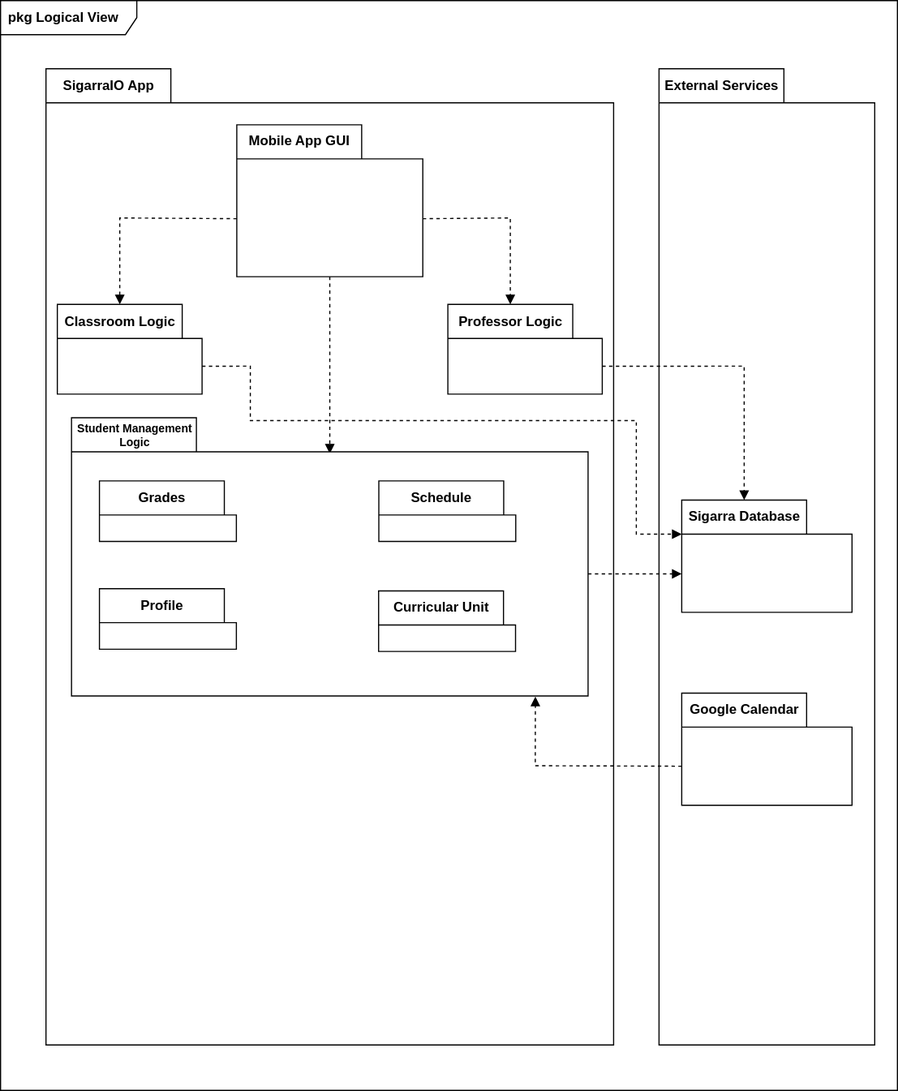
Before: docs/diagrams/logicalView.svg, a diagram exported from draw.io (LEIC-ES-2021-22/2LEIC15T1). Source tidied: cells renumbered, new cells last; positions are measured from the earlier drawing's top-left corner, leaving out a move shared by most shapes.
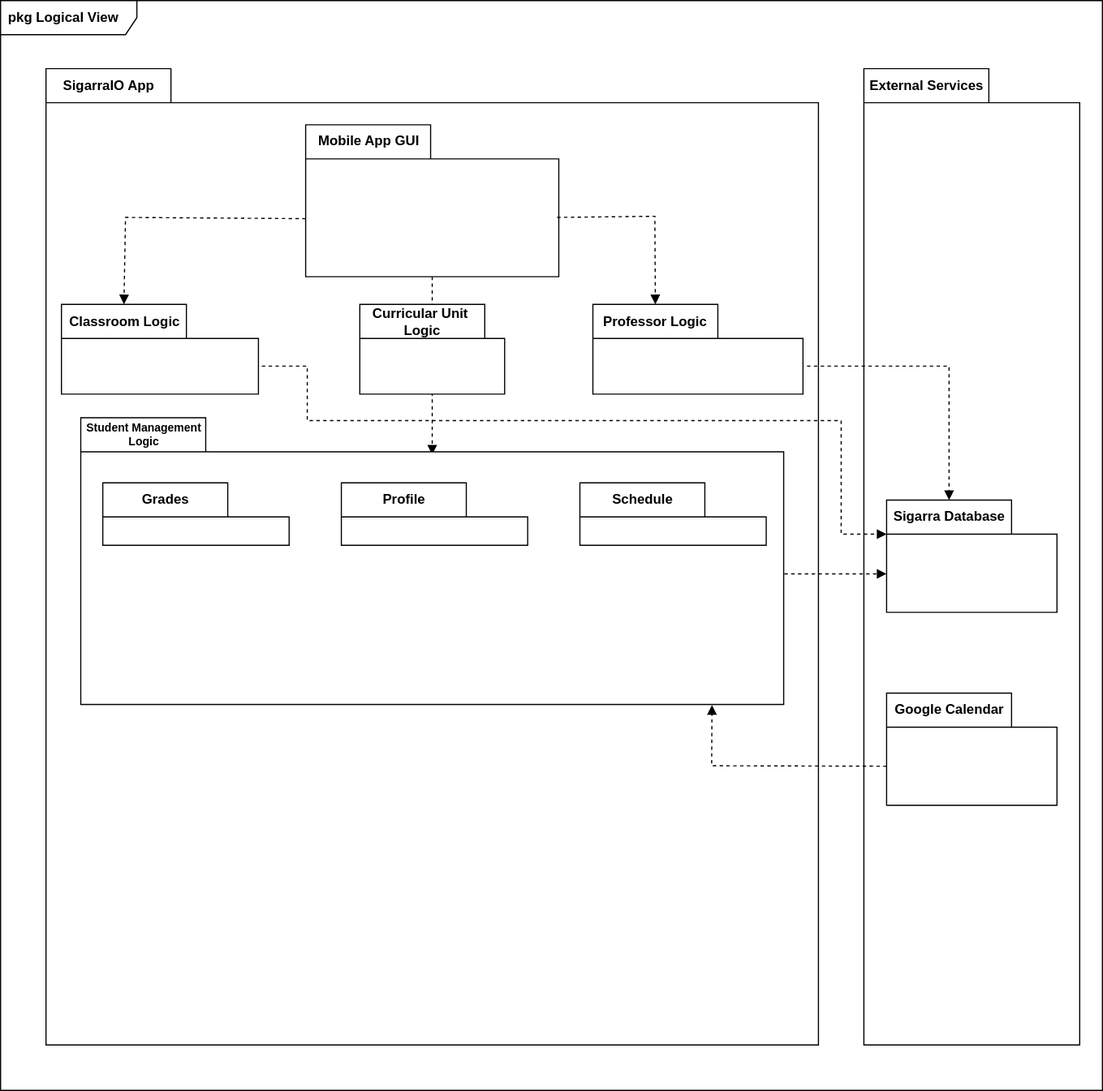
The same file after the commit.

Diff of the diagram source:
```diff
@@ -3,91 +3,100 @@
     <mxCell id="0" />
     <mxCell id="1" parent="0" />
     <mxCell id="2" value="&lt;b&gt;pkg Logical View&lt;/b&gt;" style="shape=umlFrame;whiteSpace=wrap;html=1;width=120;height=30;boundedLbl=1;verticalAlign=middle;align=left;spacingLeft=5;" parent="1" vertex="1">
-      <mxGeometry width="790" height="960" as="geometry" />
+      <mxGeometry width="970" height="960" as="geometry" />
     </mxCell>
     <mxCell id="3" value="SigarraIO App" style="shape=folder;fontStyle=1;tabWidth=110;tabHeight=30;tabPosition=left;html=1;boundedLbl=1;labelInHeader=1;" parent="1" vertex="1">
-      <mxGeometry x="40" y="60" width="500" height="860" as="geometry" />
+      <mxGeometry x="40" y="60" width="680" height="860" as="geometry" />
     </mxCell>
     <mxCell id="4" style="html=1;strokeColor=none;fillColor=none;" parent="3" vertex="1">
-      <mxGeometry width="500" height="569.9" relative="1" as="geometry">
+      <mxGeometry width="680" height="569.9" relative="1" as="geometry">
         <mxPoint y="30" as="offset" />
       </mxGeometry>
     </mxCell>
     <mxCell id="5" value="Mobile App GUI" style="shape=folder;fontStyle=1;tabWidth=110;tabHeight=30;tabPosition=left;html=1;boundedLbl=1;labelInHeader=1;" parent="3" vertex="1">
-      <mxGeometry x="168.1" y="49.4" width="163.8" height="133.8" as="geometry" />
+      <mxGeometry x="228.6" y="49.4" width="222.8" height="133.8" as="geometry" />
     </mxCell>
     <mxCell id="6" style="html=1;strokeColor=none;fillColor=none;" parent="5" vertex="1">
-      <mxGeometry width="163.85" height="93.67" relative="1" as="geometry">
+      <mxGeometry width="222.84" height="93.67" relative="1" as="geometry">
         <mxPoint y="30" as="offset" />
       </mxGeometry>
     </mxCell>
     <mxCell id="7" value="Classroom Logic" style="shape=folder;fontStyle=1;tabWidth=110;tabHeight=30;tabPosition=left;html=1;boundedLbl=1;labelInHeader=1;align=center;" parent="3" vertex="1">
-      <mxGeometry x="10" y="207.6" width="127.5" height="79.1" as="geometry" />
+      <mxGeometry x="13.6" y="207.6" width="173.4" height="79.1" as="geometry" />
     </mxCell>
     <mxCell id="8" style="html=1;strokeColor=none;fillColor=none;" parent="7" vertex="1">
-      <mxGeometry width="127.5" height="55.36" relative="1" as="geometry">
+      <mxGeometry width="173.4" height="55.36" relative="1" as="geometry">
         <mxPoint y="30" as="offset" />
       </mxGeometry>
     </mxCell>
     <mxCell id="9" value="Professor Logic" style="shape=folder;fontStyle=1;tabWidth=110;tabHeight=30;tabPosition=left;html=1;boundedLbl=1;labelInHeader=1;" parent="3" vertex="1">
-      <mxGeometry x="354" y="207.6" width="136" height="79.1" as="geometry" />
+      <mxGeometry x="481.4" y="207.6" width="185" height="79.1" as="geometry" />
     </mxCell>
     <mxCell id="10" style="html=1;strokeColor=none;fillColor=none;" parent="9" vertex="1">
-      <mxGeometry width="126.93" height="39.54" relative="1" as="geometry">
+      <mxGeometry width="172.63" height="39.54" relative="1" as="geometry">
         <mxPoint y="30" as="offset" />
       </mxGeometry>
     </mxCell>
     <mxCell id="11" style="html=1;verticalAlign=bottom;labelBackgroundColor=none;endArrow=block;endFill=1;dashed=1;rounded=0;fontSize=10;entryX=0;entryY=0;entryDx=55;entryDy=0;entryPerimeter=0;exitX=0;exitY=0;exitDx=0;exitDy=82.68858415291928;exitPerimeter=0;" parent="3" edge="1" source="5" target="7">
       <mxGeometry relative="1" as="geometry">
         <Array as="points">
-          <mxPoint x="65" y="131.5" />
+          <mxPoint x="70" y="131" />
         </Array>
       </mxGeometry>
     </mxCell>
-    <mxCell id="12" style="html=1;verticalAlign=bottom;labelBackgroundColor=none;endArrow=block;endFill=1;dashed=1;rounded=0;fontSize=10;entryX=0;entryY=0;entryDx=55;entryDy=0;entryPerimeter=0;exitX=0;exitY=0;exitDx=163.85;exitDy=82.68858415291928;exitPerimeter=0;" parent="3" edge="1" source="5" target="9">
+    <mxCell id="12" style="html=1;verticalAlign=bottom;labelBackgroundColor=none;endArrow=block;endFill=1;dashed=1;rounded=0;fontSize=10;entryX=0;entryY=0;entryDx=55;entryDy=0;entryPerimeter=0;" parent="3" edge="1" target="9">
       <mxGeometry relative="1" as="geometry">
+        <mxPoint x="450" y="131" as="sourcePoint" />
         <Array as="points">
-          <mxPoint x="409" y="131.5" />
+          <mxPoint x="536" y="130" />
         </Array>
       </mxGeometry>
     </mxCell>
     <mxCell id="13" style="html=1;verticalAlign=bottom;labelBackgroundColor=none;endArrow=block;endFill=1;dashed=1;rounded=0;fontSize=10;exitX=0.5;exitY=1;exitDx=0;exitDy=0;exitPerimeter=0;entryX=0.5;entryY=0.129;entryDx=0;entryDy=0;entryPerimeter=0;" parent="3" edge="1" source="5" target="14">
       <mxGeometry relative="1" as="geometry" />
     </mxCell>
+    <mxCell id="34" value="Curricular Unit&amp;nbsp;&lt;br&gt;Logic" style="shape=folder;fontStyle=1;tabWidth=110;tabHeight=30;tabPosition=left;html=1;boundedLbl=1;labelInHeader=1;align=center;" parent="3" vertex="1">
+      <mxGeometry x="276.2" y="207.6" width="127.5" height="79.1" as="geometry" />
+    </mxCell>
+    <mxCell id="35" style="html=1;strokeColor=none;fillColor=none;" parent="34" vertex="1">
+      <mxGeometry width="127.5" height="55.36" relative="1" as="geometry">
+        <mxPoint y="30" as="offset" />
+      </mxGeometry>
+    </mxCell>
     <mxCell id="14" value="&lt;h1 style=&quot;font-size: 10px&quot;&gt;&lt;font style=&quot;font-size: 10px&quot;&gt;Student Management&lt;br&gt;&lt;/font&gt;&lt;font style=&quot;font-size: 10px&quot;&gt;Logic&lt;/font&gt;&lt;/h1&gt;" style="shape=folder;fontStyle=1;tabWidth=110;tabHeight=30;tabPosition=left;html=1;boundedLbl=1;labelInHeader=1;align=center;" parent="3" vertex="1">
-      <mxGeometry x="22.5" y="307.4" width="455" height="245.1" as="geometry" />
+      <mxGeometry x="30.6" y="307.4" width="618.8" height="252.6" as="geometry" />
     </mxCell>
     <mxCell id="15" style="html=1;strokeColor=none;fillColor=none;" parent="14" vertex="1">
-      <mxGeometry width="455" height="171.6" relative="1" as="geometry">
+      <mxGeometry width="618.8" height="176.8" relative="1" as="geometry">
         <mxPoint y="30" as="offset" />
       </mxGeometry>
     </mxCell>
     <mxCell id="16" value="Grades" style="shape=folder;fontStyle=1;tabWidth=110;tabHeight=30;tabPosition=left;html=1;boundedLbl=1;labelInHeader=1;" parent="14" vertex="1">
-      <mxGeometry x="24.6" y="55.7" width="120.6" height="53.3" as="geometry" />
+      <mxGeometry x="19.4" y="57.4" width="164" height="54.9" as="geometry" />
     </mxCell>
     <mxCell id="17" style="html=1;strokeColor=none;fillColor=none;" parent="16" vertex="1">
-      <mxGeometry width="120.61" height="37.33" relative="1" as="geometry">
+      <mxGeometry width="164.03" height="38.46" relative="1" as="geometry">
         <mxPoint y="30" as="offset" />
       </mxGeometry>
     </mxCell>
     <mxCell id="18" value="Schedule" style="shape=folder;fontStyle=1;tabWidth=110;tabHeight=30;tabPosition=left;html=1;boundedLbl=1;labelInHeader=1;" parent="14" vertex="1">
-      <mxGeometry x="270.7" y="55.7" width="120.6" height="53.3" as="geometry" />
+      <mxGeometry x="439.4" y="57.4" width="164" height="54.9" as="geometry" />
     </mxCell>
     <mxCell id="19" style="html=1;strokeColor=none;fillColor=none;" parent="18" vertex="1">
-      <mxGeometry width="120.61" height="37.33" relative="1" as="geometry">
+      <mxGeometry width="164.03" height="38.46" relative="1" as="geometry">
         <mxPoint y="30" as="offset" />
       </mxGeometry>
     </mxCell>
     <mxCell id="20" value="Profile" style="shape=folder;fontStyle=1;tabWidth=110;tabHeight=30;tabPosition=left;html=1;boundedLbl=1;labelInHeader=1;" parent="14" vertex="1">
-      <mxGeometry x="24.6" y="150.6" width="120.6" height="53.3" as="geometry" />
+      <mxGeometry x="229.4" y="57.4" width="164" height="54.9" as="geometry" />
     </mxCell>
     <mxCell id="21" style="html=1;strokeColor=none;fillColor=none;" parent="20" vertex="1">
-      <mxGeometry width="120.61" height="37.33" relative="1" as="geometry">
+      <mxGeometry width="164.03" height="38.46" relative="1" as="geometry">
         <mxPoint y="30" as="offset" />
       </mxGeometry>
     </mxCell>
     <mxCell id="22" value="&lt;font style=&quot;font-size: 12px&quot;&gt;External Services&lt;/font&gt;" style="shape=folder;fontStyle=1;tabWidth=110;tabHeight=30;tabPosition=left;html=1;boundedLbl=1;labelInHeader=1;fontSize=10;" parent="1" vertex="1">
-      <mxGeometry x="580" y="60" width="190" height="860" as="geometry" />
+      <mxGeometry x="760" y="60" width="190" height="860" as="geometry" />
     </mxCell>
     <mxCell id="23" style="html=1;strokeColor=none;fillColor=none;fontSize=10;" parent="22" vertex="1">
       <mxGeometry width="190" height="602" relative="1" as="geometry">
@@ -110,39 +119,35 @@
         <mxPoint y="30" as="offset" />
       </mxGeometry>
     </mxCell>
-    <mxCell id="28" value="Curricular Unit" style="shape=folder;fontStyle=1;tabWidth=110;tabHeight=30;tabPosition=left;html=1;boundedLbl=1;labelInHeader=1;" parent="1" vertex="1">
-      <mxGeometry x="333" y="520" width="120.6" height="53.3" as="geometry" />
-    </mxCell>
-    <mxCell id="29" style="html=1;strokeColor=none;fillColor=none;" parent="28" vertex="1">
-      <mxGeometry width="120.61" height="37.33" relative="1" as="geometry">
-        <mxPoint y="30" as="offset" />
-      </mxGeometry>
-    </mxCell>
-    <mxCell id="30" style="html=1;verticalAlign=bottom;labelBackgroundColor=none;endArrow=block;endFill=1;dashed=1;rounded=0;fontSize=10;exitX=0;exitY=0;exitDx=455;exitDy=137.57471264367814;exitPerimeter=0;entryX=0;entryY=0;entryDx=0;entryDy=65;entryPerimeter=0;" parent="1" edge="1" source="14" target="24">
-      <mxGeometry relative="1" as="geometry" />
+    <mxCell id="30" style="html=1;verticalAlign=bottom;labelBackgroundColor=none;endArrow=block;endFill=1;dashed=1;rounded=0;fontSize=10;entryX=0;entryY=0;entryDx=0;entryDy=65;entryPerimeter=0;" parent="1" edge="1" target="24">
+      <mxGeometry relative="1" as="geometry">
+        <mxPoint x="690" y="505" as="sourcePoint" />
+      </mxGeometry>
     </mxCell>
-    <mxCell id="31" style="html=1;verticalAlign=bottom;labelBackgroundColor=none;endArrow=block;endFill=1;dashed=1;rounded=0;fontSize=10;exitX=0;exitY=0;exitDx=136;exitDy=54.540229885057464;exitPerimeter=0;entryX=0;entryY=0;entryDx=55;entryDy=0;entryPerimeter=0;" parent="1" edge="1" source="9" target="24">
+    <mxCell id="31" style="html=1;verticalAlign=bottom;labelBackgroundColor=none;endArrow=block;endFill=1;dashed=1;rounded=0;fontSize=10;entryX=0;entryY=0;entryDx=55;entryDy=0;entryPerimeter=0;" parent="1" edge="1" target="24">
       <mxGeometry relative="1" as="geometry">
+        <mxPoint x="710" y="322" as="sourcePoint" />
         <Array as="points">
-          <mxPoint x="655" y="322" />
+          <mxPoint x="835" y="322" />
         </Array>
       </mxGeometry>
     </mxCell>
-    <mxCell id="32" style="html=1;verticalAlign=bottom;labelBackgroundColor=none;endArrow=block;endFill=1;dashed=1;rounded=0;fontSize=10;exitX=0;exitY=0;exitDx=127.5;exitDy=54.540229885057464;exitPerimeter=0;entryX=0;entryY=0;entryDx=0;entryDy=30;entryPerimeter=0;" parent="1" edge="1" source="7" target="24">
+    <mxCell id="32" style="html=1;verticalAlign=bottom;labelBackgroundColor=none;endArrow=block;endFill=1;dashed=1;rounded=0;fontSize=10;entryX=0;entryY=0;entryDx=0;entryDy=30;entryPerimeter=0;" parent="1" edge="1" target="24">
       <mxGeometry relative="1" as="geometry">
+        <mxPoint x="230" y="322" as="sourcePoint" />
         <Array as="points">
-          <mxPoint x="220" y="322" />
-          <mxPoint x="220" y="370" />
-          <mxPoint x="420" y="370" />
-          <mxPoint x="560" y="370" />
-          <mxPoint x="560" y="470" />
+          <mxPoint x="270" y="322" />
+          <mxPoint x="270" y="370" />
+          <mxPoint x="600" y="370" />
+          <mxPoint x="740" y="370" />
+          <mxPoint x="740" y="470" />
         </Array>
       </mxGeometry>
     </mxCell>
     <mxCell id="33" style="html=1;verticalAlign=bottom;labelBackgroundColor=none;endArrow=block;endFill=1;dashed=1;rounded=0;fontSize=10;exitX=0;exitY=0;exitDx=0;exitDy=64.42528735632183;exitPerimeter=0;entryX=0.898;entryY=1.002;entryDx=0;entryDy=0;entryPerimeter=0;" parent="1" edge="1" source="26" target="14">
       <mxGeometry relative="1" as="geometry">
         <Array as="points">
-          <mxPoint x="471" y="674" />
+          <mxPoint x="626" y="674" />
         </Array>
       </mxGeometry>
     </mxCell>
```
